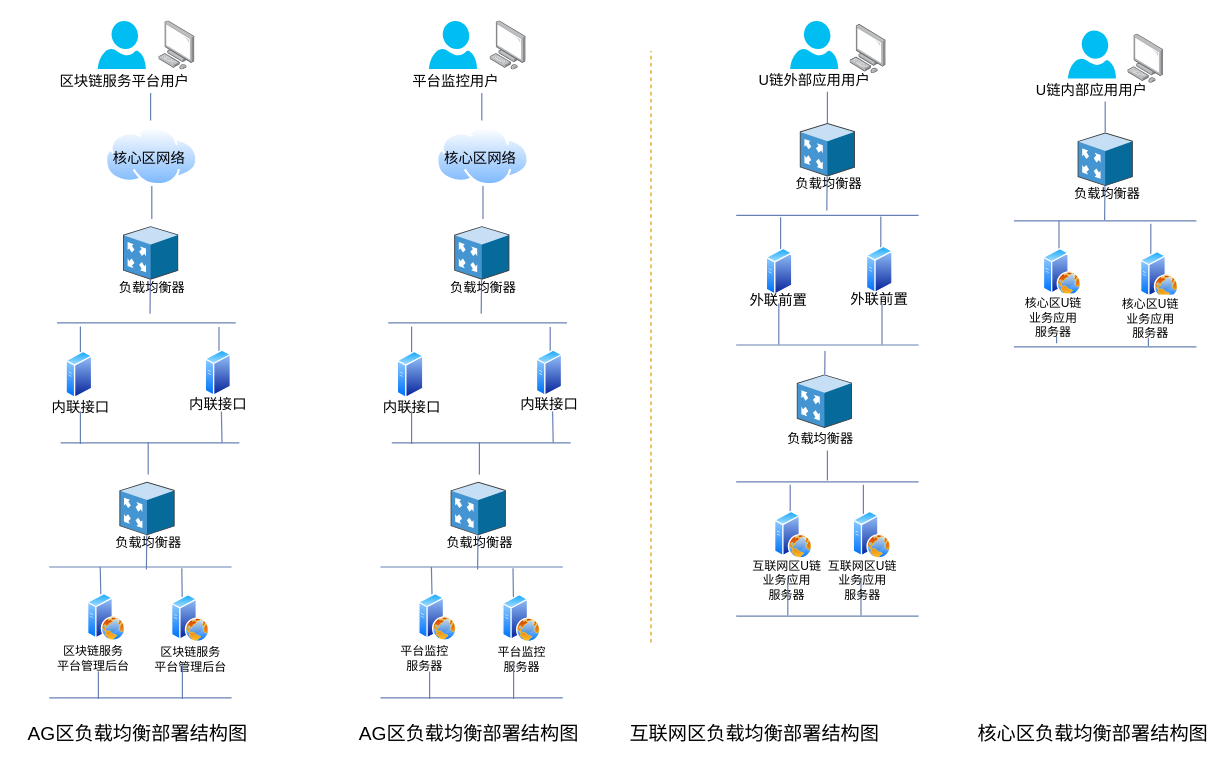
This is repository/drawio/postb/系统内F5部署结构图.drawio from dilide/collections, a draw.io file, before an edit. Source tidied: cells renumbered, new cells numbered last; positions are measured from the earlier drawing's top-left corner, leaving out a move shared by most shapes. Both pictures are drawn from the tidied source at 120%, with x=0, y=0 at pixel (20, 20).
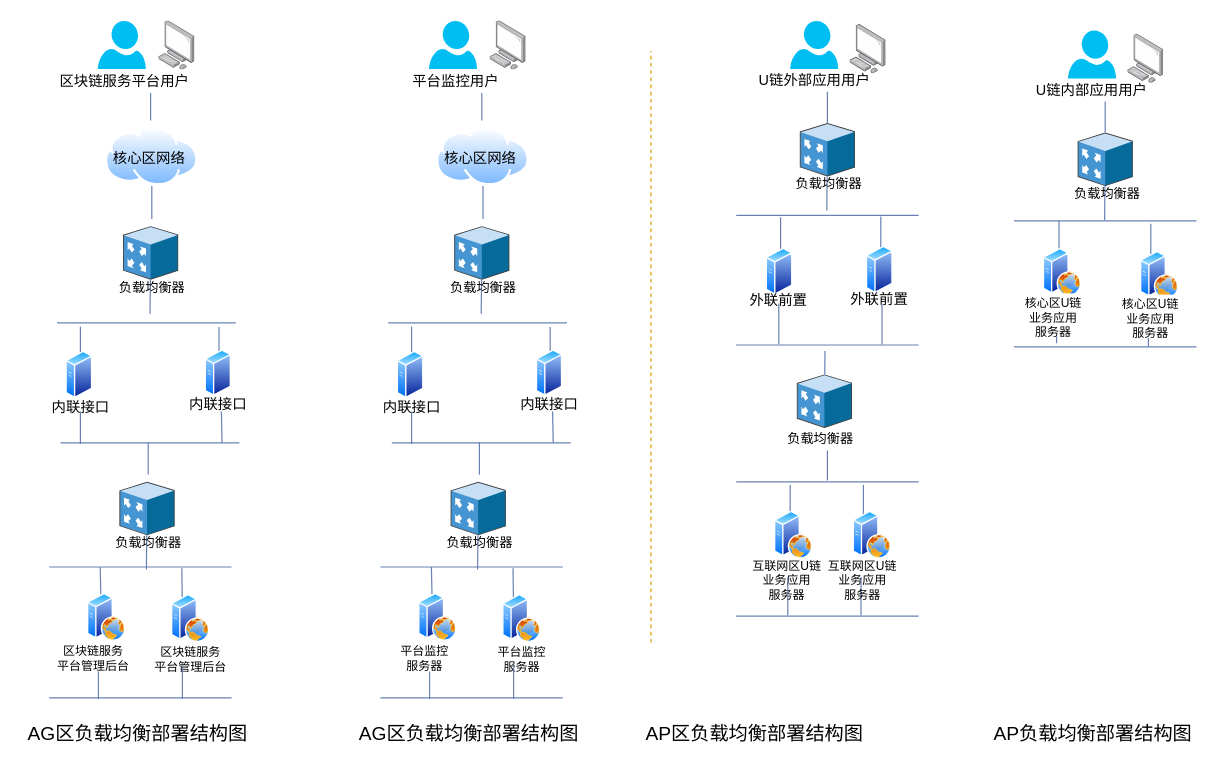
Above is the later version.

Commit message:
Update 系统内F5部署结构图.drawio

Diff of the diagram source:
```diff
@@
-    <mxCell id="67" value="核心区负载均衡部署结构图" style="text;html=1;align=center;verticalAlign=top;spacingTop=-4;fontSize=16;" parent="1" vertex="1">
-      <mxGeometry x="815.5" y="582" width="154" height="14" as="geometry" />
+    <mxCell id="67" value="AP负载均衡部署结构图" style="text;html=1;align=center;verticalAlign=top;spacingTop=-4;fontSize=16;" parent="1" vertex="1">
+      <mxGeometry x="805.5" y="582" width="175" height="19" as="geometry" />
     </mxCell>
@@
-    <mxCell id="69" value="互联网区负载均衡部署结构图" style="text;html=1;align=center;verticalAlign=top;spacingTop=-4;fontSize=16;" parent="1" vertex="1">
-      <mxGeometry x="501.5" y="582" width="218" height="19" as="geometry" />
+    <mxCell id="69" value="AP区负载均衡部署结构图" style="text;html=1;align=center;verticalAlign=top;spacingTop=-4;fontSize=16;" parent="1" vertex="1">
+      <mxGeometry x="515.5" y="582" width="191" height="19" as="geometry" />
     </mxCell>
```
